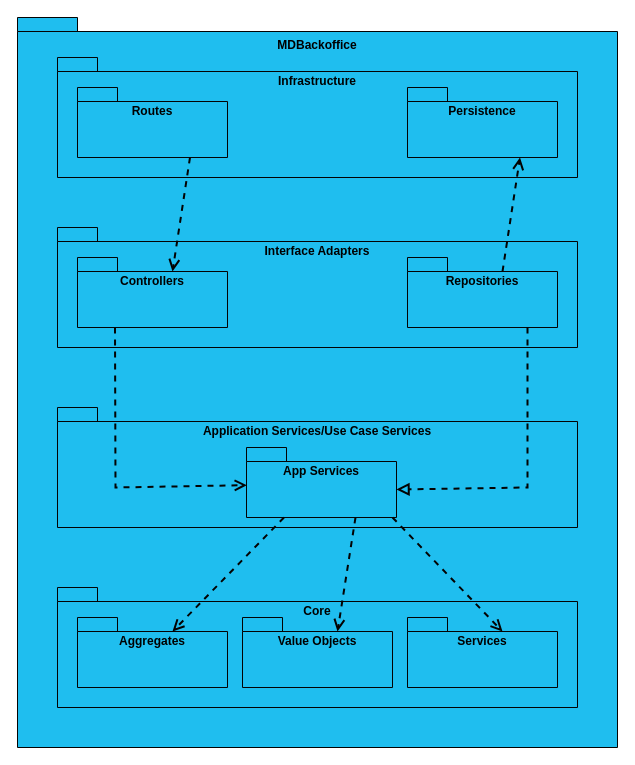
Before: docs/sprint-2/team-decisions/views/development-view/developement-view-level-3.drawio in rita-barbosa/LAPR5-2425, a draw.io diagram. Source tidied: cells renumbered, new cells numbered last; positions are measured from the earlier drawing's top-left corner, leaving out a move shared by most shapes. Both pictures are drawn from the tidied source at 100%, with x=0, y=0 at pixel (17, 17).
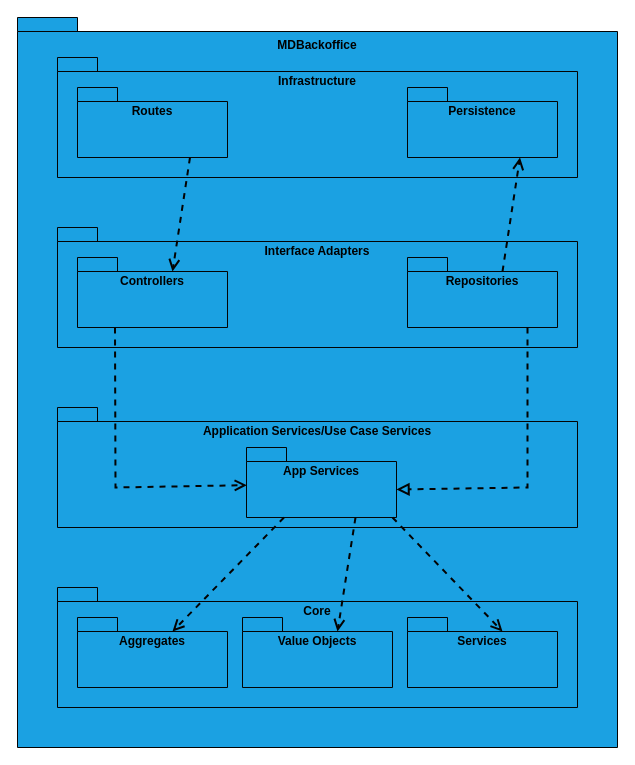
The same diagram, later.

What changed in the source:
```diff
@@
-    <mxCell id="2" value="MDBackoffice" style="shape=folder;fontStyle=1;spacingTop=10;tabWidth=40;tabHeight=14;tabPosition=left;html=1;whiteSpace=wrap;fillColor=#1FBEEF;labelPosition=center;verticalLabelPosition=top;align=center;verticalAlign=bottom;spacing=-35;strokeColor=#030303;" parent="1" vertex="1">
+    <mxCell id="2" value="MDBackoffice" style="shape=folder;fontStyle=1;spacingTop=10;tabWidth=40;tabHeight=14;tabPosition=left;html=1;whiteSpace=wrap;fillColor=#1BA1E2;labelPosition=center;verticalLabelPosition=top;align=center;verticalAlign=bottom;spacing=-35;strokeColor=#030303;" parent="1" vertex="1">
       <mxGeometry width="600" height="730" as="geometry" />
     </mxCell>
-    <mxCell id="3" value="Infrastructure" style="shape=folder;fontStyle=1;spacingTop=10;tabWidth=40;tabHeight=14;tabPosition=left;html=1;whiteSpace=wrap;fillColor=#1FBEEF;labelPosition=center;verticalLabelPosition=top;align=center;verticalAlign=bottom;spacing=-31;strokeColor=#030303;" parent="1" vertex="1">
+    <mxCell id="3" value="Infrastructure" style="shape=folder;fontStyle=1;spacingTop=10;tabWidth=40;tabHeight=14;tabPosition=left;html=1;whiteSpace=wrap;fillColor=#1BA1E2;labelPosition=center;verticalLabelPosition=top;align=center;verticalAlign=bottom;spacing=-31;strokeColor=#030303;" parent="1" vertex="1">
       <mxGeometry x="40" y="40" width="520" height="120" as="geometry" />
     </mxCell>
-    <mxCell id="4" value="Routes" style="shape=folder;fontStyle=1;spacingTop=10;tabWidth=40;tabHeight=14;tabPosition=left;html=1;whiteSpace=wrap;fillColor=#1FBEEF;labelPosition=center;verticalLabelPosition=top;align=center;verticalAlign=bottom;spacing=-31;strokeColor=#030303;" parent="1" vertex="1">
+    <mxCell id="4" value="Routes" style="shape=folder;fontStyle=1;spacingTop=10;tabWidth=40;tabHeight=14;tabPosition=left;html=1;whiteSpace=wrap;fillColor=#1BA1E2;labelPosition=center;verticalLabelPosition=top;align=center;verticalAlign=bottom;spacing=-31;strokeColor=#030303;" parent="1" vertex="1">
       <mxGeometry x="60" y="70" width="150" height="70" as="geometry" />
     </mxCell>
-    <mxCell id="5" value="Persistence" style="shape=folder;fontStyle=1;spacingTop=10;tabWidth=40;tabHeight=14;tabPosition=left;html=1;whiteSpace=wrap;fillColor=#1FBEEF;labelPosition=center;verticalLabelPosition=top;align=center;verticalAlign=bottom;spacing=-31;strokeColor=#030303;" parent="1" vertex="1">
+    <mxCell id="5" value="Persistence" style="shape=folder;fontStyle=1;spacingTop=10;tabWidth=40;tabHeight=14;tabPosition=left;html=1;whiteSpace=wrap;fillColor=#1BA1E2;labelPosition=center;verticalLabelPosition=top;align=center;verticalAlign=bottom;spacing=-31;strokeColor=#030303;" parent="1" vertex="1">
       <mxGeometry x="390" y="70" width="150" height="70" as="geometry" />
     </mxCell>
-    <mxCell id="6" value="Interface Adapters" style="shape=folder;fontStyle=1;spacingTop=10;tabWidth=40;tabHeight=14;tabPosition=left;html=1;whiteSpace=wrap;fillColor=#1FBEEF;labelPosition=center;verticalLabelPosition=top;align=center;verticalAlign=bottom;spacing=-31;strokeColor=#030303;" parent="1" vertex="1">
+    <mxCell id="6" value="Interface Adapters" style="shape=folder;fontStyle=1;spacingTop=10;tabWidth=40;tabHeight=14;tabPosition=left;html=1;whiteSpace=wrap;fillColor=#1BA1E2;labelPosition=center;verticalLabelPosition=top;align=center;verticalAlign=bottom;spacing=-31;strokeColor=#030303;" parent="1" vertex="1">
       <mxGeometry x="40" y="210" width="520" height="120" as="geometry" />
     </mxCell>
-    <mxCell id="7" value="Application Services/Use Case Services" style="shape=folder;fontStyle=1;spacingTop=10;tabWidth=40;tabHeight=14;tabPosition=left;html=1;whiteSpace=wrap;fillColor=#1FBEEF;labelPosition=center;verticalLabelPosition=top;align=center;verticalAlign=bottom;spacing=-31;strokeColor=#030303;" parent="1" vertex="1">
+    <mxCell id="7" value="Application Services/Use Case Services" style="shape=folder;fontStyle=1;spacingTop=10;tabWidth=40;tabHeight=14;tabPosition=left;html=1;whiteSpace=wrap;fillColor=#1BA1E2;labelPosition=center;verticalLabelPosition=top;align=center;verticalAlign=bottom;spacing=-31;strokeColor=#030303;" parent="1" vertex="1">
       <mxGeometry x="40" y="390" width="520" height="120" as="geometry" />
     </mxCell>
-    <mxCell id="8" value="&lt;span style=&quot;background-color: initial;&quot;&gt;Core&lt;/span&gt;" style="shape=folder;fontStyle=1;spacingTop=10;tabWidth=40;tabHeight=14;tabPosition=left;html=1;whiteSpace=wrap;fillColor=#1FBEEF;labelPosition=center;verticalLabelPosition=top;align=center;verticalAlign=bottom;spacing=-31;strokeColor=#030303;" parent="1" vertex="1">
+    <mxCell id="8" value="&lt;span style=&quot;background-color: initial;&quot;&gt;Core&lt;/span&gt;" style="shape=folder;fontStyle=1;spacingTop=10;tabWidth=40;tabHeight=14;tabPosition=left;html=1;whiteSpace=wrap;fillColor=#1BA1E2;labelPosition=center;verticalLabelPosition=top;align=center;verticalAlign=bottom;spacing=-31;strokeColor=#030303;" parent="1" vertex="1">
       <mxGeometry x="40" y="570" width="520" height="120" as="geometry" />
     </mxCell>
-    <mxCell id="9" value="Controllers" style="shape=folder;fontStyle=1;spacingTop=10;tabWidth=40;tabHeight=14;tabPosition=left;html=1;whiteSpace=wrap;fillColor=#1FBEEF;labelPosition=center;verticalLabelPosition=top;align=center;verticalAlign=bottom;spacing=-31;strokeColor=#030303;" parent="1" vertex="1">
+    <mxCell id="9" value="Controllers" style="shape=folder;fontStyle=1;spacingTop=10;tabWidth=40;tabHeight=14;tabPosition=left;html=1;whiteSpace=wrap;fillColor=#1BA1E2;labelPosition=center;verticalLabelPosition=top;align=center;verticalAlign=bottom;spacing=-31;strokeColor=#030303;" parent="1" vertex="1">
       <mxGeometry x="60" y="240" width="150" height="70" as="geometry" />
     </mxCell>
-    <mxCell id="10" value="Repositories" style="shape=folder;fontStyle=1;spacingTop=10;tabWidth=40;tabHeight=14;tabPosition=left;html=1;whiteSpace=wrap;fillColor=#1FBEEF;labelPosition=center;verticalLabelPosition=top;align=center;verticalAlign=bottom;spacing=-31;strokeColor=#030303;" parent="1" vertex="1">
+    <mxCell id="10" value="Repositories" style="shape=folder;fontStyle=1;spacingTop=10;tabWidth=40;tabHeight=14;tabPosition=left;html=1;whiteSpace=wrap;fillColor=#1BA1E2;labelPosition=center;verticalLabelPosition=top;align=center;verticalAlign=bottom;spacing=-31;strokeColor=#030303;" parent="1" vertex="1">
       <mxGeometry x="390" y="240" width="150" height="70" as="geometry" />
     </mxCell>
-    <mxCell id="11" value="App Services" style="shape=folder;fontStyle=1;spacingTop=10;tabWidth=40;tabHeight=14;tabPosition=left;html=1;whiteSpace=wrap;fillColor=#1FBEEF;labelPosition=center;verticalLabelPosition=top;align=center;verticalAlign=bottom;spacing=-31;strokeColor=#030303;" parent="1" vertex="1">
+    <mxCell id="11" value="App Services" style="shape=folder;fontStyle=1;spacingTop=10;tabWidth=40;tabHeight=14;tabPosition=left;html=1;whiteSpace=wrap;fillColor=#1BA1E2;labelPosition=center;verticalLabelPosition=top;align=center;verticalAlign=bottom;spacing=-31;strokeColor=#030303;" parent="1" vertex="1">
       <mxGeometry x="229" y="430" width="150" height="70" as="geometry" />
     </mxCell>
-    <mxCell id="12" value="Aggregates" style="shape=folder;fontStyle=1;spacingTop=10;tabWidth=40;tabHeight=14;tabPosition=left;html=1;whiteSpace=wrap;fillColor=#1FBEEF;labelPosition=center;verticalLabelPosition=top;align=center;verticalAlign=bottom;spacing=-31;strokeColor=#030303;" parent="1" vertex="1">
+    <mxCell id="12" value="Aggregates" style="shape=folder;fontStyle=1;spacingTop=10;tabWidth=40;tabHeight=14;tabPosition=left;html=1;whiteSpace=wrap;fillColor=#1BA1E2;labelPosition=center;verticalLabelPosition=top;align=center;verticalAlign=bottom;spacing=-31;strokeColor=#030303;" parent="1" vertex="1">
       <mxGeometry x="60" y="600" width="150" height="70" as="geometry" />
     </mxCell>
-    <mxCell id="13" value="Services" style="shape=folder;fontStyle=1;spacingTop=10;tabWidth=40;tabHeight=14;tabPosition=left;html=1;whiteSpace=wrap;fillColor=#1FBEEF;labelPosition=center;verticalLabelPosition=top;align=center;verticalAlign=bottom;spacing=-31;strokeColor=#030303;" parent="1" vertex="1">
+    <mxCell id="13" value="Services" style="shape=folder;fontStyle=1;spacingTop=10;tabWidth=40;tabHeight=14;tabPosition=left;html=1;whiteSpace=wrap;fillColor=#1BA1E2;labelPosition=center;verticalLabelPosition=top;align=center;verticalAlign=bottom;spacing=-31;strokeColor=#030303;" parent="1" vertex="1">
       <mxGeometry x="390" y="600" width="150" height="70" as="geometry" />
     </mxCell>
-    <mxCell id="14" value="Value Objects" style="shape=folder;fontStyle=1;spacingTop=10;tabWidth=40;tabHeight=14;tabPosition=left;html=1;whiteSpace=wrap;fillColor=#1FBEEF;labelPosition=center;verticalLabelPosition=top;align=center;verticalAlign=bottom;spacing=-31;strokeColor=#030303;" parent="1" vertex="1">
+    <mxCell id="14" value="Value Objects" style="shape=folder;fontStyle=1;spacingTop=10;tabWidth=40;tabHeight=14;tabPosition=left;html=1;whiteSpace=wrap;fillColor=#1BA1E2;labelPosition=center;verticalLabelPosition=top;align=center;verticalAlign=bottom;spacing=-31;strokeColor=#030303;" parent="1" vertex="1">
       <mxGeometry x="225" y="600" width="150" height="70" as="geometry" />
     </mxCell>
-    <mxCell id="15" style="html=1;verticalAlign=bottom;endArrow=open;dashed=1;endSize=8;curved=0;rounded=0;exitX=0.75;exitY=1;exitDx=0;exitDy=0;exitPerimeter=0;strokeWidth=2;entryX=0;entryY=0;entryDx=95;entryDy=14;entryPerimeter=0;strokeColor=#030303;" parent="1" edge="1" source="4" target="9">
+    <mxCell id="15" style="html=1;verticalAlign=bottom;endArrow=open;dashed=1;endSize=8;curved=0;rounded=0;exitX=0.75;exitY=1;exitDx=0;exitDy=0;exitPerimeter=0;strokeWidth=2;entryX=0;entryY=0;entryDx=95;entryDy=14;entryPerimeter=0;strokeColor=#030303;fillColor=#1BA1E2;" parent="1" edge="1" source="4" target="9">
       <mxGeometry relative="1" as="geometry" />
     </mxCell>
-    <mxCell id="16" style="html=1;verticalAlign=bottom;endArrow=open;dashed=1;endSize=8;curved=0;rounded=0;exitX=0.25;exitY=1;exitDx=0;exitDy=0;exitPerimeter=0;strokeWidth=2;entryX=0.002;entryY=0.538;entryDx=0;entryDy=0;entryPerimeter=0;strokeColor=#030303;" parent="1" edge="1" source="9" target="11">
+    <mxCell id="16" style="html=1;verticalAlign=bottom;endArrow=open;dashed=1;endSize=8;curved=0;rounded=0;exitX=0.25;exitY=1;exitDx=0;exitDy=0;exitPerimeter=0;strokeWidth=2;entryX=0.002;entryY=0.538;entryDx=0;entryDy=0;entryPerimeter=0;strokeColor=#030303;fillColor=#1BA1E2;" parent="1" edge="1" source="9" target="11">
       <mxGeometry relative="1" as="geometry">
         <Array as="points">
           <mxPoint x="98" y="470" />
         </Array>
       </mxGeometry>
     </mxCell>
-    <mxCell id="17" style="html=1;verticalAlign=bottom;endArrow=block;dashed=1;endSize=8;curved=0;rounded=0;exitX=0.25;exitY=1;exitDx=0;exitDy=0;exitPerimeter=0;strokeWidth=2;entryX=0;entryY=0;entryDx=150;entryDy=42;entryPerimeter=0;endFill=0;strokeColor=#030303;" parent="1" edge="1" target="11">
+    <mxCell id="17" style="html=1;verticalAlign=bottom;endArrow=block;dashed=1;endSize=8;curved=0;rounded=0;exitX=0.25;exitY=1;exitDx=0;exitDy=0;exitPerimeter=0;strokeWidth=2;entryX=0;entryY=0;entryDx=150;entryDy=42;entryPerimeter=0;endFill=0;strokeColor=#030303;fillColor=#1BA1E2;" parent="1" edge="1" target="11">
       <mxGeometry relative="1" as="geometry">
         <mxPoint x="510" y="310" as="sourcePoint" />
         <Array as="points">
           <mxPoint x="510" y="470" />
         </Array>
       </mxGeometry>
     </mxCell>
-    <mxCell id="18" style="html=1;verticalAlign=bottom;endArrow=open;dashed=1;endSize=8;curved=0;rounded=0;exitX=0;exitY=0;exitDx=95;exitDy=14;exitPerimeter=0;strokeWidth=2;entryX=0.75;entryY=1;entryDx=0;entryDy=0;entryPerimeter=0;strokeColor=#030303;" parent="1" edge="1" source="10" target="5">
+    <mxCell id="18" style="html=1;verticalAlign=bottom;endArrow=open;dashed=1;endSize=8;curved=0;rounded=0;exitX=0;exitY=0;exitDx=95;exitDy=14;exitPerimeter=0;strokeWidth=2;entryX=0.75;entryY=1;entryDx=0;entryDy=0;entryPerimeter=0;strokeColor=#030303;fillColor=#1BA1E2;" parent="1" edge="1" source="10" target="5">
       <mxGeometry relative="1" as="geometry" />
     </mxCell>
-    <mxCell id="19" style="html=1;verticalAlign=bottom;endArrow=open;dashed=1;endSize=8;curved=0;rounded=0;exitX=0.25;exitY=1;exitDx=0;exitDy=0;exitPerimeter=0;strokeWidth=2;entryX=0;entryY=0;entryDx=95;entryDy=14;entryPerimeter=0;strokeColor=#030303;" parent="1" edge="1" source="11" target="12">
+    <mxCell id="19" style="html=1;verticalAlign=bottom;endArrow=open;dashed=1;endSize=8;curved=0;rounded=0;exitX=0.25;exitY=1;exitDx=0;exitDy=0;exitPerimeter=0;strokeWidth=2;entryX=0;entryY=0;entryDx=95;entryDy=14;entryPerimeter=0;strokeColor=#030303;fillColor=#1BA1E2;" parent="1" edge="1" source="11" target="12">
       <mxGeometry relative="1" as="geometry" />
     </mxCell>
-    <mxCell id="20" style="html=1;verticalAlign=bottom;endArrow=open;dashed=1;endSize=8;curved=0;rounded=0;exitX=0.75;exitY=1;exitDx=0;exitDy=0;exitPerimeter=0;strokeWidth=2;entryX=0;entryY=0;entryDx=95;entryDy=14;entryPerimeter=0;strokeColor=#030303;" parent="1" edge="1" target="14">
+    <mxCell id="20" style="html=1;verticalAlign=bottom;endArrow=open;dashed=1;endSize=8;curved=0;rounded=0;exitX=0.75;exitY=1;exitDx=0;exitDy=0;exitPerimeter=0;strokeWidth=2;entryX=0;entryY=0;entryDx=95;entryDy=14;entryPerimeter=0;strokeColor=#030303;fillColor=#1BA1E2;" parent="1" edge="1" target="14">
       <mxGeometry relative="1" as="geometry">
         <mxPoint x="338" y="500" as="sourcePoint" />
       </mxGeometry>
     </mxCell>
-    <mxCell id="21" style="html=1;verticalAlign=bottom;endArrow=open;dashed=1;endSize=8;curved=0;rounded=0;exitX=0.75;exitY=1;exitDx=0;exitDy=0;exitPerimeter=0;strokeWidth=2;entryX=0;entryY=0;entryDx=95;entryDy=14;entryPerimeter=0;strokeColor=#030303;" parent="1" edge="1" target="13">
+    <mxCell id="21" style="html=1;verticalAlign=bottom;endArrow=open;dashed=1;endSize=8;curved=0;rounded=0;exitX=0.75;exitY=1;exitDx=0;exitDy=0;exitPerimeter=0;strokeWidth=2;entryX=0;entryY=0;entryDx=95;entryDy=14;entryPerimeter=0;strokeColor=#030303;fillColor=#1BA1E2;" parent="1" edge="1" target="13">
       <mxGeometry relative="1" as="geometry">
         <mxPoint x="375" y="500" as="sourcePoint" />
       </mxGeometry>
     </mxCell>
```
